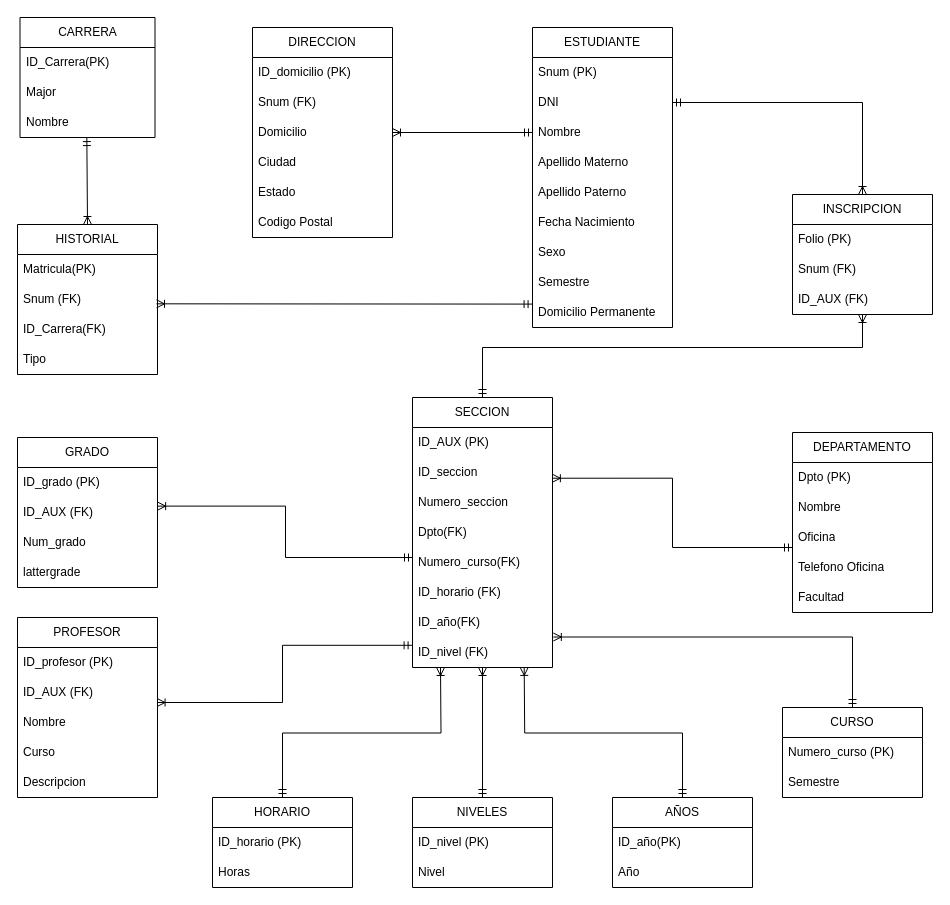
enrique-yoab/Examen_Sistemas_Distribuidos keeps this draw.io diagram as Documentacion/Diagrama Drawio/Diagrama-Relacional.drawio. Above is the earlier version. Source tidied: cells renumbered, new cells numbered last; positions are measured from the earlier drawing's top-left corner, leaving out a move shared by most shapes. Both pictures are drawn from the tidied source at 100%, with x=0, y=0 at pixel (17, 17).
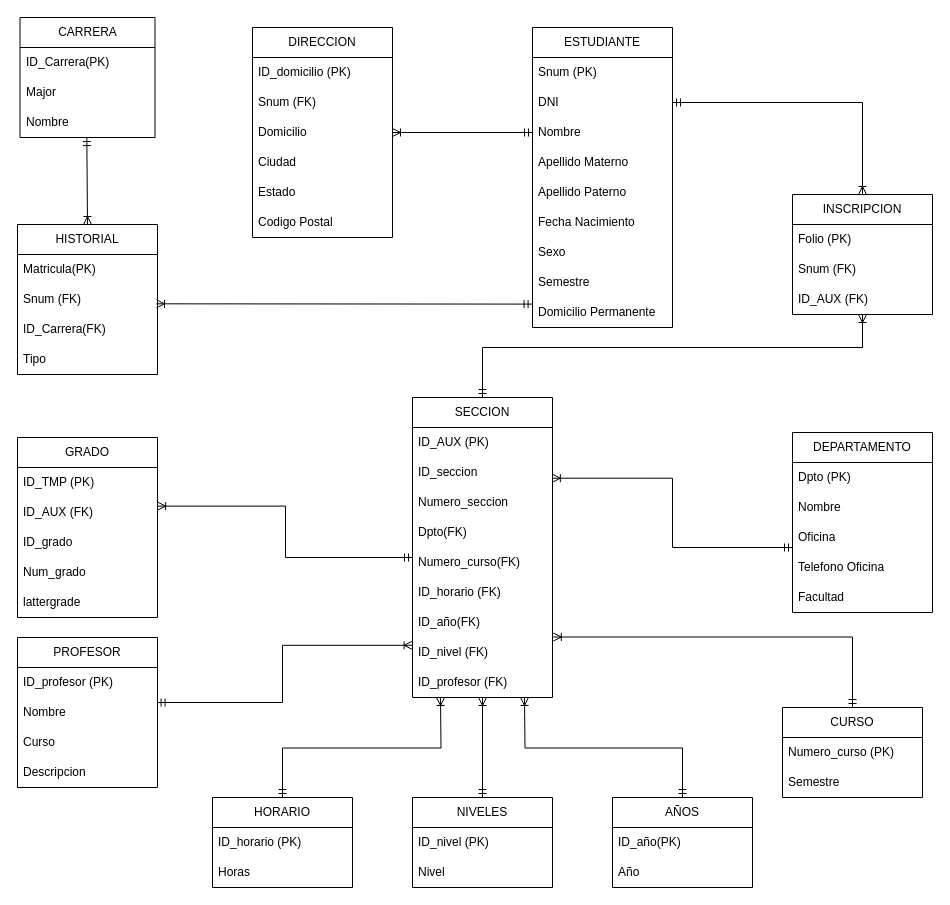
Above is the later version.

The change refers to these unchanged cells:
```xml
<mxCell id="70" value="HORARIO" style="swimlane;fontStyle=0;horizontal=1;startSize=30;whiteSpace=wrap;html=1;" parent="1" vertex="1">
  <mxGeometry x="195" y="780" width="140" height="90" as="geometry" />
</mxCell>
<mxCell id="74" value="NIVELES" style="swimlane;fontStyle=0;horizontal=1;startSize=30;whiteSpace=wrap;html=1;" parent="1" vertex="1">
  <mxGeometry x="395" y="780" width="140" height="90" as="geometry" />
</mxCell>
<mxCell id="78" value="AÑOS" style="swimlane;fontStyle=0;horizontal=1;startSize=30;whiteSpace=wrap;html=1;" parent="1" vertex="1">
  <mxGeometry x="595" y="780" width="140" height="90" as="geometry" />
</mxCell>
```

What changed in the source:
```diff
@@
     <mxCell id="36" value="SECCION" style="swimlane;fontStyle=0;horizontal=1;startSize=30;whiteSpace=wrap;html=1;" parent="1" vertex="1">
-      <mxGeometry x="395" y="380" width="140" height="270" as="geometry" />
+      <mxGeometry x="395" y="380" width="140" height="300" as="geometry" />
     </mxCell>
@@
+    <mxCell id="82" value="ID_profesor (FK)" style="text;strokeColor=none;fillColor=none;align=left;verticalAlign=middle;spacingLeft=4;spacingRight=4;overflow=hidden;whiteSpace=wrap;html=1;" parent="36" vertex="1">
+      <mxGeometry y="270" width="140" height="30" as="geometry" />
+    </mxCell>
@@
     <mxCell id="46" value="GRADO" style="swimlane;fontStyle=0;horizontal=1;startSize=30;whiteSpace=wrap;html=1;" parent="1" vertex="1">
-      <mxGeometry y="420" width="140" height="150" as="geometry" />
+      <mxGeometry y="420" width="140" height="180" as="geometry" />
     </mxCell>
+    <mxCell id="83" value="ID_TMP (PK)" style="text;strokeColor=none;fillColor=none;align=left;verticalAlign=middle;spacingLeft=4;spacingRight=4;overflow=hidden;whiteSpace=wrap;html=1;" parent="46" vertex="1">
+      <mxGeometry y="30" width="140" height="30" as="geometry" />
+    </mxCell>
+    <mxCell id="48" value="ID_AUX (FK)" style="text;strokeColor=none;fillColor=none;align=left;verticalAlign=middle;spacingLeft=4;spacingRight=4;overflow=hidden;points=[[0,0.5],[1,0.5]];portConstraint=eastwest;whiteSpace=wrap;html=1;" parent="46" vertex="1">
+      <mxGeometry y="60" width="140" height="30" as="geometry" />
+    </mxCell>
-    <mxCell id="47" value="ID_grado (PK)" style="text;strokeColor=none;fillColor=none;align=left;verticalAlign=middle;spacingLeft=4;spacingRight=4;overflow=hidden;whiteSpace=wrap;html=1;" parent="46" vertex="1">
-      <mxGeometry y="30" width="140" height="30" as="geometry" />
+    <mxCell id="47" value="ID_grado" style="text;strokeColor=none;fillColor=none;align=left;verticalAlign=middle;spacingLeft=4;spacingRight=4;overflow=hidden;whiteSpace=wrap;html=1;" parent="46" vertex="1">
+      <mxGeometry y="90" width="140" height="30" as="geometry" />
     </mxCell>
-    <mxCell id="48" value="ID_AUX (FK)" style="text;strokeColor=none;fillColor=none;align=left;verticalAlign=middle;spacingLeft=4;spacingRight=4;overflow=hidden;points=[[0,0.5],[1,0.5]];portConstraint=eastwest;whiteSpace=wrap;html=1;" parent="46" vertex="1">
-      <mxGeometry y="60" width="140" height="30" as="geometry" />
-    </mxCell>
     <mxCell id="49" value="Num_grado" style="text;strokeColor=none;fillColor=none;align=left;verticalAlign=middle;spacingLeft=4;spacingRight=4;overflow=hidden;whiteSpace=wrap;html=1;" parent="46" vertex="1">
-      <mxGeometry y="90" width="140" height="30" as="geometry" />
+      <mxGeometry y="120" width="140" height="30" as="geometry" />
     </mxCell>
     <mxCell id="50" value="lattergrade" style="text;strokeColor=none;fillColor=none;align=left;verticalAlign=middle;spacingLeft=4;spacingRight=4;overflow=hidden;whiteSpace=wrap;html=1;" parent="46" vertex="1">
-      <mxGeometry y="120" width="140" height="30" as="geometry" />
+      <mxGeometry y="150" width="140" height="30" as="geometry" />
     </mxCell>
     <mxCell id="51" value="PROFESOR" style="swimlane;fontStyle=0;horizontal=1;startSize=30;whiteSpace=wrap;html=1;" parent="1" vertex="1">
-      <mxGeometry y="600" width="140" height="180" as="geometry" />
+      <mxGeometry y="620" width="140" height="150" as="geometry" />
     </mxCell>
@@
-    <mxCell id="53" value="ID_AUX (FK)" style="text;strokeColor=none;fillColor=none;align=left;verticalAlign=middle;spacingLeft=4;spacingRight=4;overflow=hidden;points=[[0,0.5],[1,0.5]];portConstraint=eastwest;whiteSpace=wrap;html=1;" parent="51" vertex="1">
-      <mxGeometry y="60" width="140" height="30" as="geometry" />
-    </mxCell>
     <mxCell id="54" value="Nombre" style="text;strokeColor=none;fillColor=none;align=left;verticalAlign=middle;spacingLeft=4;spacingRight=4;overflow=hidden;whiteSpace=wrap;html=1;" parent="51" vertex="1">
-      <mxGeometry y="90" width="140" height="30" as="geometry" />
+      <mxGeometry y="60" width="140" height="30" as="geometry" />
     </mxCell>
     <mxCell id="55" value="Curso" style="text;strokeColor=none;fillColor=none;align=left;verticalAlign=middle;spacingLeft=4;spacingRight=4;overflow=hidden;whiteSpace=wrap;html=1;" parent="51" vertex="1">
-      <mxGeometry y="120" width="140" height="30" as="geometry" />
+      <mxGeometry y="90" width="140" height="30" as="geometry" />
     </mxCell>
     <mxCell id="56" value="Descripcion" style="text;strokeColor=none;fillColor=none;align=left;verticalAlign=middle;spacingLeft=4;spacingRight=4;overflow=hidden;whiteSpace=wrap;html=1;" parent="51" vertex="1">
-      <mxGeometry y="150" width="140" height="30" as="geometry" />
+      <mxGeometry y="120" width="140" height="30" as="geometry" />
     </mxCell>
@@
-    <mxCell id="58" style="endArrow=ERmandOne;html=1;rounded=0;entryX=-0.003;entryY=0.26;entryDx=0;entryDy=0;entryPerimeter=0;exitX=0.997;exitY=0.833;exitDx=0;exitDy=0;exitPerimeter=0;edgeStyle=orthogonalEdgeStyle;startArrow=ERoneToMany;startFill=0;endFill=0;" parent="1" edge="1" source="53">
+    <mxCell id="58" style="endArrow=ERoneToMany;html=1;rounded=0;entryX=-0.003;entryY=0.26;entryDx=0;entryDy=0;entryPerimeter=0;exitX=0.997;exitY=0.833;exitDx=0;exitDy=0;exitPerimeter=0;edgeStyle=orthogonalEdgeStyle;startArrow=ERmandOne;startFill=0;endFill=0;" parent="1" edge="1">
       <mxGeometry relative="1" as="geometry">
+        <mxPoint x="139.6" y="685" as="sourcePoint" />
         <mxPoint x="394.6" y="627.8" as="targetPoint" />
         <Array as="points">
           <mxPoint x="265" y="685" />
           <mxPoint x="265" y="628" />
         </Array>
       </mxGeometry>
     </mxCell>
@@
-    <mxCell id="73" style="endArrow=ERoneToMany;html=1;rounded=0;entryX=0.2;entryY=1.001;entryDx=0;entryDy=0;entryPerimeter=0;startArrow=ERmandOne;startFill=0;endFill=0;exitX=0.5;exitY=0;exitDx=0;exitDy=0;edgeStyle=orthogonalEdgeStyle;" parent="1" edge="1" source="70">
+    <mxCell id="73" style="endArrow=ERoneToMany;html=1;rounded=0;startArrow=ERmandOne;startFill=0;endFill=0;exitX=0.5;exitY=0;exitDx=0;exitDy=0;edgeStyle=orthogonalEdgeStyle;" parent="1" edge="1" source="70">
       <mxGeometry relative="1" as="geometry">
-        <mxPoint x="423" y="650" as="targetPoint" />
+        <mxPoint x="423" y="680" as="targetPoint" />
       </mxGeometry>
     </mxCell>
@@
-    <mxCell id="77" style="endArrow=ERoneToMany;html=1;rounded=0;entryX=0.5;entryY=1;entryDx=0;entryDy=0;entryPerimeter=0;startArrow=ERmandOne;startFill=0;endFill=0;exitX=0.5;exitY=0;exitDx=0;exitDy=0;edgeStyle=orthogonalEdgeStyle;" parent="1" edge="1" source="74">
+    <mxCell id="77" style="endArrow=ERoneToMany;html=1;rounded=0;startArrow=ERmandOne;startFill=0;endFill=0;exitX=0.5;exitY=0;exitDx=0;exitDy=0;edgeStyle=orthogonalEdgeStyle;" parent="1" edge="1" source="74">
       <mxGeometry relative="1" as="geometry">
-        <mxPoint x="465" y="650" as="targetPoint" />
+        <mxPoint x="465" y="680" as="targetPoint" />
       </mxGeometry>
     </mxCell>
@@
-    <mxCell id="81" style="endArrow=ERoneToMany;html=1;rounded=0;entryX=0.798;entryY=0.996;entryDx=0;entryDy=0;entryPerimeter=0;exitX=0.5;exitY=0;exitDx=0;exitDy=0;startArrow=ERmandOne;startFill=0;endFill=0;edgeStyle=orthogonalEdgeStyle;" parent="1" edge="1" source="78">
+    <mxCell id="81" style="endArrow=ERoneToMany;html=1;rounded=0;exitX=0.5;exitY=0;exitDx=0;exitDy=0;startArrow=ERmandOne;startFill=0;endFill=0;edgeStyle=orthogonalEdgeStyle;" parent="1" edge="1" source="78">
       <mxGeometry relative="1" as="geometry">
-        <mxPoint x="506.7" y="649.9" as="targetPoint" />
+        <mxPoint x="507" y="680" as="targetPoint" />
       </mxGeometry>
     </mxCell>
```
